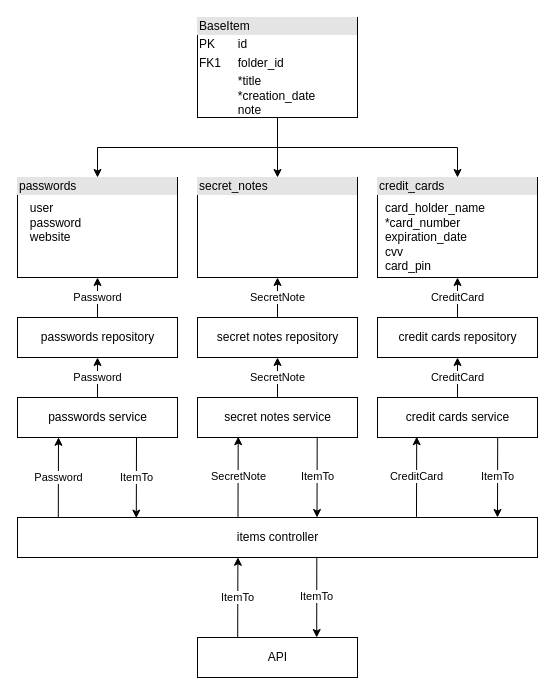
Above: sql/project_structure.drawio in blaec/pass-vault (draw.io), before the change. Source tidied: cells renumbered, new cells numbered last; positions are measured from the earlier drawing's top-left corner, leaving out a move shared by most shapes. Both pictures are drawn from the tidied source at 100%, with x=0, y=0 at pixel (17, 17).
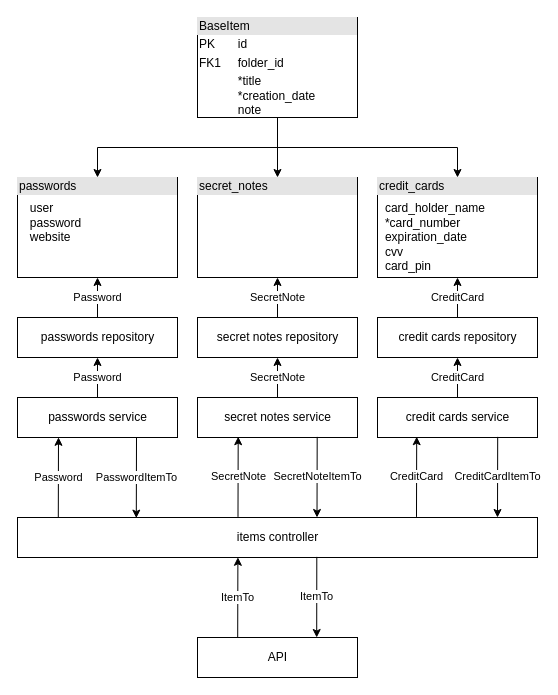
After the change.

The edit, as a diff of the source:
```diff
@@
-    <mxCell id="23" value="ItemTo" style="endArrow=classic;html=1;entryX=0.192;entryY=0.015;entryDx=0;entryDy=0;entryPerimeter=0;" parent="1" edge="1">
-      <mxGeometry relative="1" as="geometry">
+    <mxCell id="23" value="PasswordItemTo" style="endArrow=classic;html=1;entryX=0.192;entryY=0.015;entryDx=0;entryDy=0;entryPerimeter=0;" parent="1" edge="1">
+      <mxGeometry x="-0.01" relative="1" as="geometry">
         <mxPoint x="119" y="420" as="sourcePoint" />
         <mxPoint x="118.8" y="500.6" as="targetPoint" />
       </mxGeometry>
     </mxCell>
@@
-    <mxCell id="25" value="ItemTo" style="endArrow=classic;html=1;entryX=0.192;entryY=0.015;entryDx=0;entryDy=0;entryPerimeter=0;" parent="1" edge="1">
+    <mxCell id="25" value="SecretNoteItemTo" style="endArrow=classic;html=1;entryX=0.192;entryY=0.015;entryDx=0;entryDy=0;entryPerimeter=0;" parent="1" edge="1">
       <mxGeometry relative="1" as="geometry">
         <mxPoint x="299.7" y="419.4" as="sourcePoint" />
         <mxPoint x="299.5" y="500" as="targetPoint" />
       </mxGeometry>
     </mxCell>
@@
-    <mxCell id="27" value="ItemTo" style="endArrow=classic;html=1;entryX=0.192;entryY=0.015;entryDx=0;entryDy=0;entryPerimeter=0;" parent="1" edge="1">
+    <mxCell id="27" value="CreditCardItemTo" style="endArrow=classic;html=1;entryX=0.192;entryY=0.015;entryDx=0;entryDy=0;entryPerimeter=0;" parent="1" edge="1">
       <mxGeometry relative="1" as="geometry">
         <mxPoint x="480.2" y="419.4" as="sourcePoint" />
         <mxPoint x="480" y="500" as="targetPoint" />
       </mxGeometry>
     </mxCell>
```
